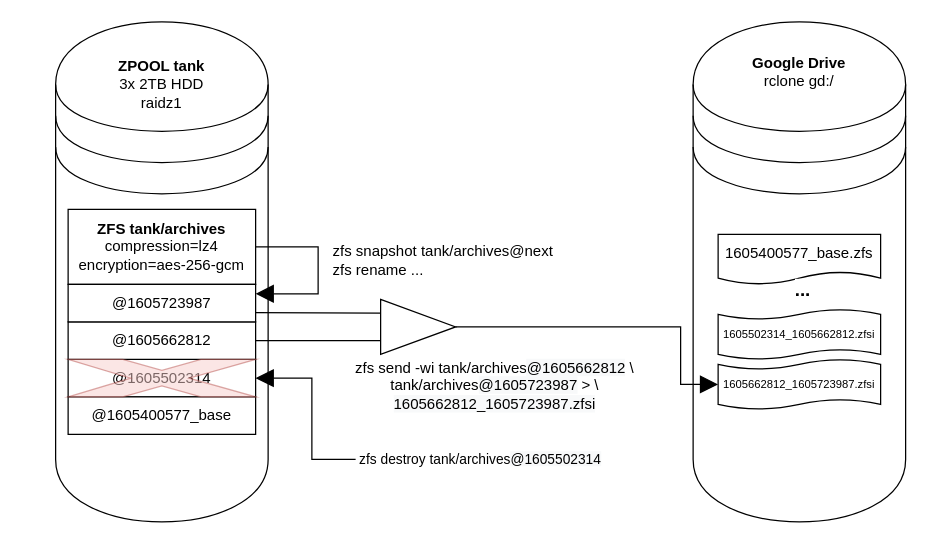
Above: page "Incremental Backup" (4 of 5) of docs/storage_architecture.drawio in jonmon6691/storage_architecture (draw.io), before the change. Source tidied: cells renumbered, new cells numbered last; positions are measured from the earlier drawing's top-left corner, leaving out a move shared by most shapes. Both pictures are drawn from the tidied source at 125%, with x=0, y=0 at pixel (55, 21).
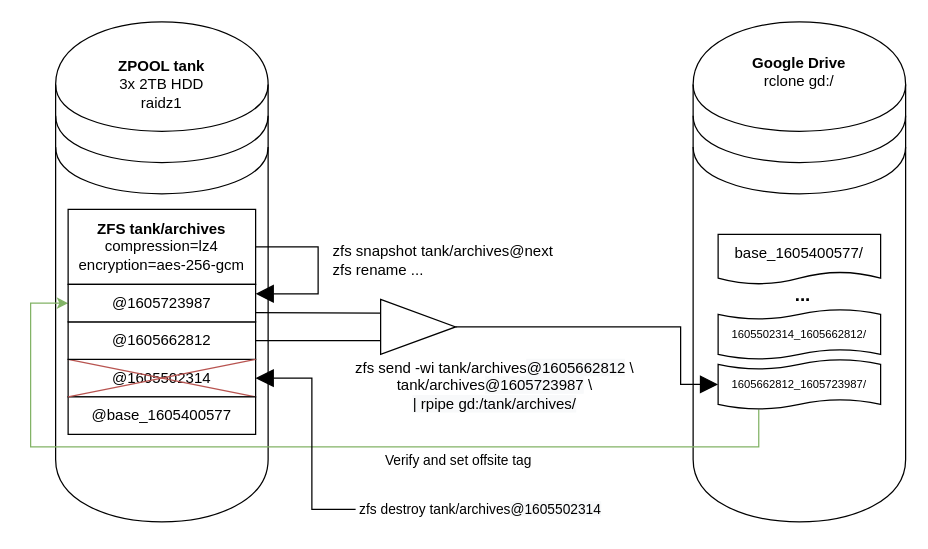
The same page after the edit.

Unchanged cells that the change refers to:
```xml
<mxCell id="8" value="@1605502314" style="rounded=0;whiteSpace=wrap;html=1;" parent="1" vertex="1">
  <mxGeometry x="10" y="270" width="150" height="30" as="geometry" />
</mxCell>
<mxCell id="10" value="@1605662812" style="rounded=0;whiteSpace=wrap;html=1;" parent="1" vertex="1">
  <mxGeometry x="10" y="240" width="150" height="30" as="geometry" />
</mxCell>
<mxCell id="17" value="@1605723987" style="rounded=0;whiteSpace=wrap;html=1;" parent="1" vertex="1">
  <mxGeometry x="10" y="210" width="150" height="30" as="geometry" />
</mxCell>
<mxCell id="18" style="edgeStyle=orthogonalEdgeStyle;rounded=0;jettySize=auto;html=1;exitX=1;exitY=0.5;exitDx=0;exitDy=0;entryX=0;entryY=0.5;entryDx=0;entryDy=0;entryPerimeter=0;startSize=12;endArrow=block;endFill=1;endSize=12;fillColor=#ffffff;fontSize=12;" parent="1" edge="1" source="20" target="15">
  <mxGeometry relative="1" as="geometry">
    <Array as="points">
      <mxPoint x="500" y="244" />
      <mxPoint x="500" y="290" />
    </Array>
  </mxGeometry>
</mxCell>
```

What changed in the source:
```diff
@@
+    <mxCell id="25" style="rounded=0;jettySize=auto;html=1;exitX=0;exitY=1;exitDx=0;exitDy=0;entryX=1;entryY=1;entryDx=0;entryDy=0;endArrow=none;endFill=0;fillColor=#f8cecc;strokeColor=#b85450;" parent="1" edge="1" source="10" target="8">
+      <mxGeometry relative="1" as="geometry" />
+    </mxCell>
@@
-    <mxCell id="12" value="1605400577_base.zfs" style="shape=document;whiteSpace=wrap;html=1;boundedLbl=1;fillColor=none;align=center;size=0.25;" parent="1" vertex="1">
+    <mxCell id="12" value="base_1605400577/" style="shape=document;whiteSpace=wrap;html=1;boundedLbl=1;fillColor=none;align=center;size=0.25;" parent="1" vertex="1">
       <mxGeometry x="530" y="170" width="130" height="40" as="geometry" />
     </mxCell>
-    <mxCell id="13" value="@1605400577_base" style="rounded=0;whiteSpace=wrap;html=1;" parent="1" vertex="1">
+    <mxCell id="13" value="@base_1605400577" style="rounded=0;whiteSpace=wrap;html=1;" parent="1" vertex="1">
       <mxGeometry x="10" y="300" width="150" height="30" as="geometry" />
     </mxCell>
-    <mxCell id="14" value="1605502314_1605662812.zfsi" style="shape=tape;whiteSpace=wrap;html=1;fillColor=none;align=center;size=0.2;fontSize=9;" parent="1" vertex="1">
+    <mxCell id="14" value="1605502314_1605662812/" style="shape=tape;whiteSpace=wrap;html=1;fillColor=none;align=center;size=0.2;fontSize=9;" parent="1" vertex="1">
       <mxGeometry x="530" y="230" width="130" height="40" as="geometry" />
     </mxCell>
+    <mxCell id="26" style="edgeStyle=orthogonalEdgeStyle;rounded=0;jettySize=auto;html=1;exitX=0.25;exitY=1;exitDx=0;exitDy=0;exitPerimeter=0;entryX=0;entryY=0.5;entryDx=0;entryDy=0;fillColor=#d5e8d4;strokeColor=#82b366;" parent="1" edge="1" source="15" target="17">
+      <mxGeometry relative="1" as="geometry">
+        <Array as="points">
+          <mxPoint x="562" y="340" />
+          <mxPoint x="-20" y="340" />
+          <mxPoint x="-20" y="225" />
+        </Array>
+      </mxGeometry>
+    </mxCell>
+    <mxCell id="27" value="Verify and set offsite tag" style="edgeLabel;html=1;align=center;verticalAlign=middle;" parent="26" vertex="1">
+      <mxGeometry x="0.07" y="1" relative="1" as="geometry">
+        <mxPoint x="133.8" y="9" as="offset" />
+      </mxGeometry>
+    </mxCell>
-    <mxCell id="15" value="1605662812_1605723987.zfsi" style="shape=tape;whiteSpace=wrap;html=1;fillColor=none;align=center;size=0.2;fontSize=9;" parent="1" vertex="1">
+    <mxCell id="15" value="1605662812_1605723987/" style="shape=tape;whiteSpace=wrap;html=1;fillColor=none;align=center;size=0.2;fontSize=9;" parent="1" vertex="1">
       <mxGeometry x="530" y="270" width="130" height="40" as="geometry" />
     </mxCell>
@@
-    <mxCell id="19" value="&lt;font style=&quot;font-size: 12px&quot;&gt;zfs send -wi tank/archives&lt;span style=&quot;background-color: rgb(248 , 249 , 250)&quot;&gt;@1605662812&lt;/span&gt;&amp;nbsp;\&lt;br&gt;tank/archives&lt;span style=&quot;background-color: rgb(248 , 249 , 250)&quot;&gt;@160572398&lt;font style=&quot;font-size: 12px&quot;&gt;7&lt;/font&gt;&lt;/span&gt;&lt;font style=&quot;font-size: 12px&quot;&gt;&amp;nbsp;&amp;gt; \&lt;br&gt;&lt;span style=&quot;background-color: rgb(248 , 249 , 250)&quot;&gt;1605662812_1605723987.zfsi&lt;/span&gt;&lt;/font&gt;&lt;/font&gt;" style="edgeLabel;html=1;align=center;verticalAlign=middle;fontSize=12;labelBackgroundColor=#FFFFFF;" parent="18" vertex="1">
+    <mxCell id="19" value="&lt;font style=&quot;font-size: 12px&quot;&gt;zfs send -wi tank/archives&lt;span style=&quot;background-color: rgb(248 , 249 , 250)&quot;&gt;@1605662812&lt;/span&gt;&amp;nbsp;\&lt;br&gt;tank/archives&lt;span style=&quot;background-color: rgb(248 , 249 , 250)&quot;&gt;@160572398&lt;font style=&quot;font-size: 12px&quot;&gt;7&lt;/font&gt;&lt;/span&gt;&lt;font style=&quot;font-size: 12px&quot;&gt; \&lt;br&gt;&lt;span style=&quot;background-color: rgb(248 , 249 , 250)&quot;&gt;| rpipe gd:/tank/archives/&lt;br&gt;&lt;/span&gt;&lt;/font&gt;&lt;/font&gt;" style="edgeLabel;html=1;align=center;verticalAlign=middle;fontSize=12;labelBackgroundColor=#FFFFFF;" parent="18" vertex="1">
       <mxGeometry x="-0.77" y="2" relative="1" as="geometry">
         <mxPoint x="1" y="48" as="offset" />
       </mxGeometry>
     </mxCell>
@@
-    <mxCell id="21" style="verticalLabelPosition=bottom;verticalAlign=top;html=1;shape=mxgraph.basic.x;labelBackgroundColor=#FFFFFF;fontSize=12;align=center;fillColor=#f8cecc;strokeColor=#b85450;opacity=50;" parent="1" vertex="1">
-      <mxGeometry x="10" y="270" width="150" height="30" as="geometry" />
-    </mxCell>
@@
     <mxCell id="23" value="zf&lt;font style=&quot;font-size: 11px&quot;&gt;s destroy tank/archives&lt;span style=&quot;background-color: rgb(248 , 249 , 250)&quot;&gt;@1605502314&lt;/span&gt;&lt;/font&gt;" style="text;html=1;strokeColor=none;fillColor=none;align=center;verticalAlign=middle;whiteSpace=wrap;rounded=0;labelBackgroundColor=#FFFFFF;fontSize=11;opacity=50;" parent="1" vertex="1">
-      <mxGeometry x="240" y="340" width="200" height="20" as="geometry" />
+      <mxGeometry x="240" y="380" width="200" height="20" as="geometry" />
     </mxCell>
     <mxCell id="24" value="..." style="text;html=1;strokeColor=none;fillColor=none;align=center;verticalAlign=middle;whiteSpace=wrap;rounded=0;labelBackgroundColor=#FFFFFF;fontSize=15;opacity=50;fontStyle=1;" parent="1" vertex="1">
-      <mxGeometry x="578" y="204" width="40" height="20" as="geometry" />
+      <mxGeometry x="578" y="208" width="40" height="20" as="geometry" />
     </mxCell>
+    <mxCell id="28" style="endArrow=none;html=1;exitX=0;exitY=0;exitDx=0;exitDy=0;entryX=1;entryY=1;entryDx=0;entryDy=0;fillColor=#f8cecc;strokeColor=#b85450;" parent="1" edge="1" source="13" target="10">
+      <mxGeometry relative="1" as="geometry" />
+    </mxCell>
```
